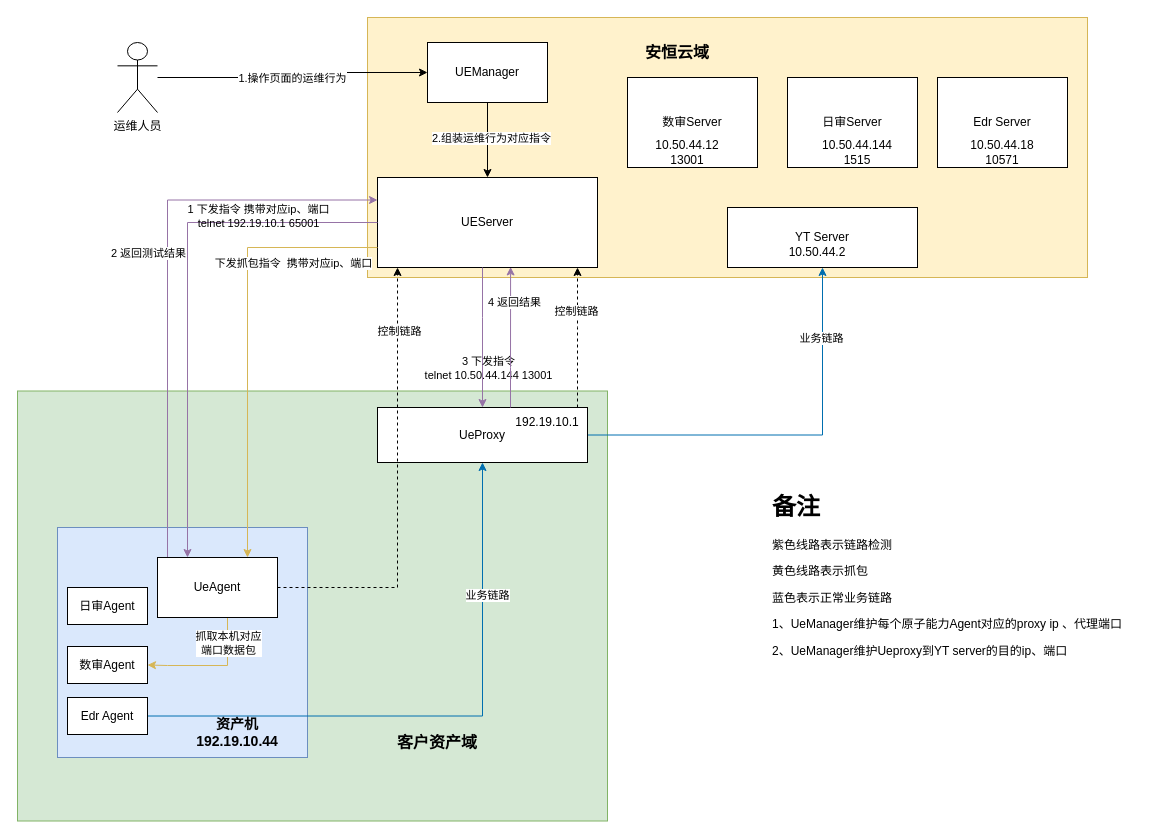
The draw.io diagram 自动化运维链路图 (1).drawio in SwagLYY/myPersonalRepo, before the edit. Source tidied: cells renumbered, new cells numbered last; positions are measured from the earlier drawing's top-left corner, leaving out a move shared by most shapes. Both pictures are drawn from the tidied source at 100%, with x=0, y=0 at pixel (17, 17).
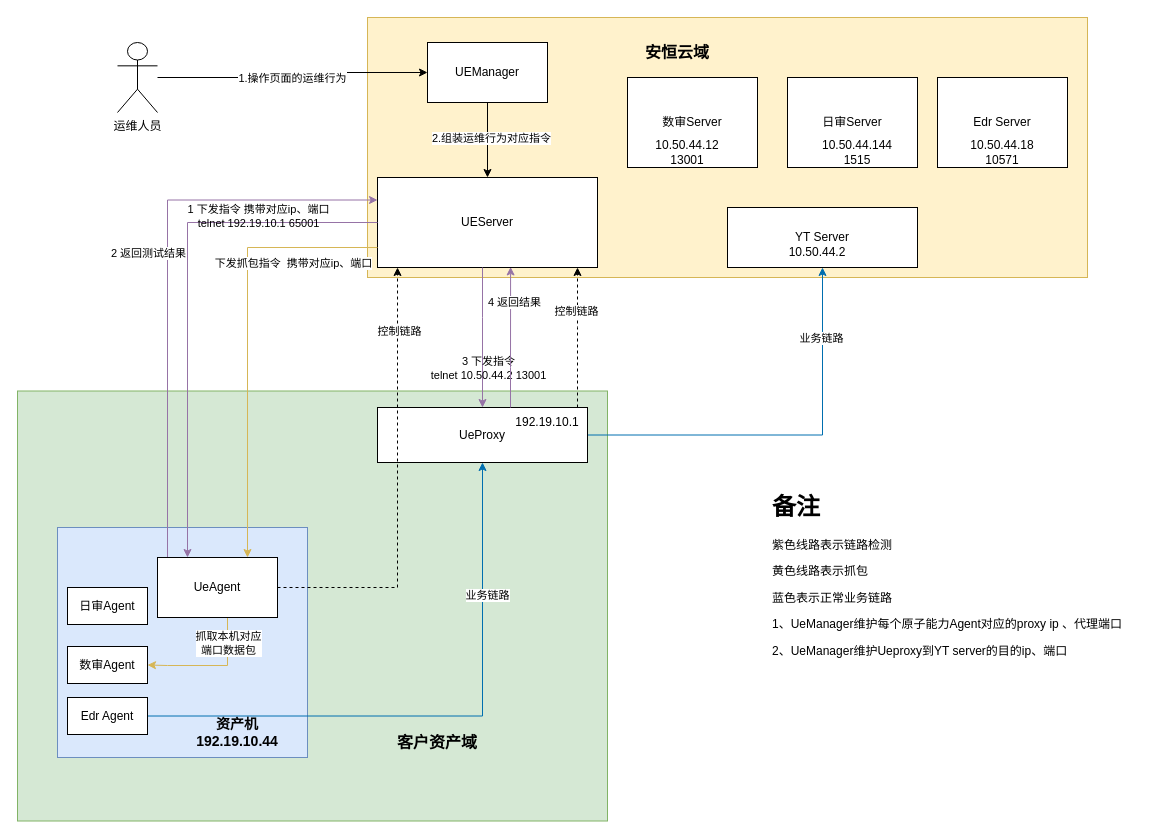
Above is the later version.

Commit message:
更新自动化运维链路图 (1).drawio

The edit, as a diff of the source:
```diff
@@
-    <mxCell id="40" value="3 下发指令&lt;br&gt;telnet 10.50.44.144 13001" style="edgeLabel;html=1;align=center;verticalAlign=middle;labelBackgroundColor=none;" parent="1" vertex="1">
+    <mxCell id="40" value="3 下发指令&lt;br&gt;telnet 10.50.44.2 13001" style="edgeLabel;html=1;align=center;verticalAlign=middle;labelBackgroundColor=none;" parent="1" vertex="1">
       <mxGeometry x="470" y="350" as="geometry" />
     </mxCell>
```
